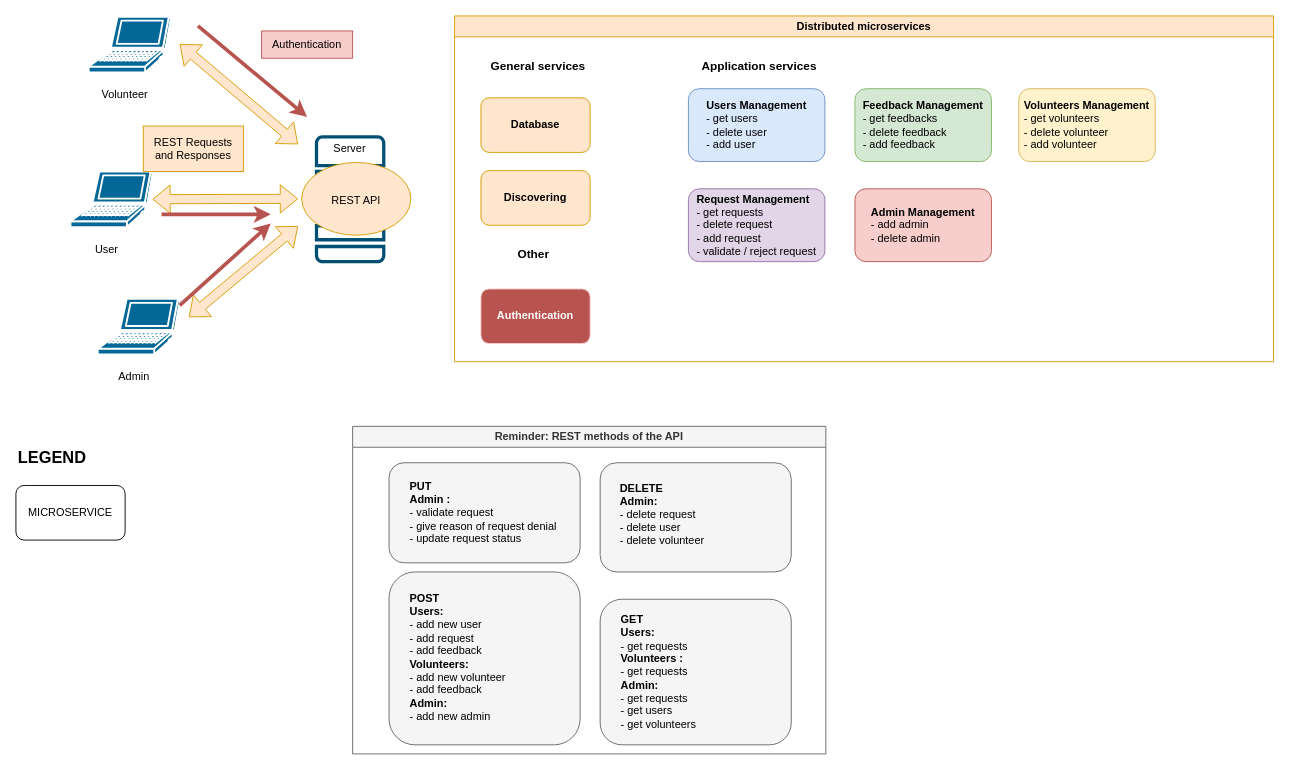
The draw.io diagram microservice-archi.drawio in RomainMln/ServiceArchitecture, before the edit. Source tidied: cells renumbered, new cells numbered last; positions are measured from the earlier drawing's top-left corner, leaving out a move shared by most shapes. Both pictures are drawn from the tidied source at 91%, with x=0, y=0 at pixel (15, 15).
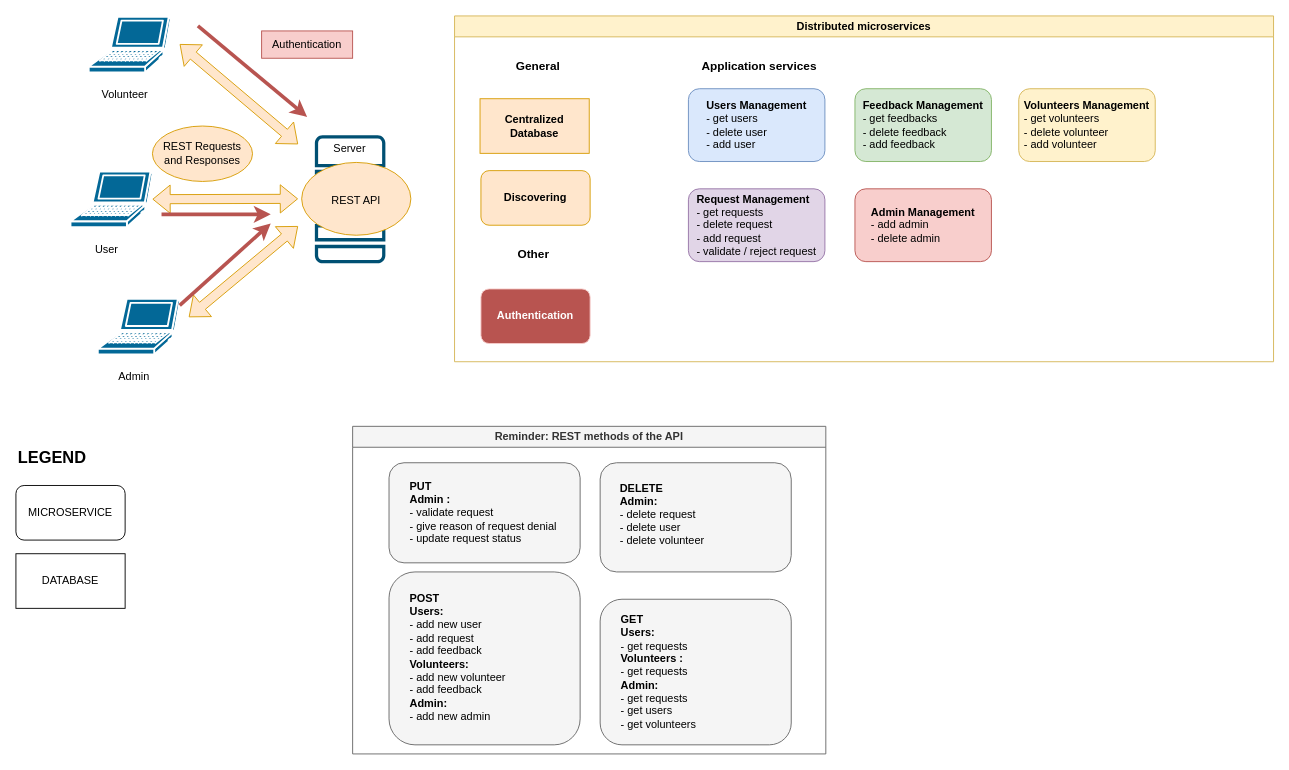
After the change.

Change to the diagram source:
```diff
@@
-    <mxCell id="17" value="REST Requests and Responses" style="text;html=1;strokeColor=#d79b00;fillColor=#ffe6cc;align=center;verticalAlign=middle;whiteSpace=wrap;rounded=0;" parent="1" vertex="1">
-      <mxGeometry x="140" y="121" width="110" height="50" as="geometry" />
-    </mxCell>
@@
-    <mxCell id="29" value="&lt;b&gt;Database&lt;/b&gt;" style="rounded=1;whiteSpace=wrap;html=1;fillColor=#ffe6cc;strokeColor=#d79b00;" parent="1" vertex="1">
-      <mxGeometry x="511" y="90" width="120" height="60" as="geometry" />
-    </mxCell>
@@
-    <mxCell id="31" value="&lt;b&gt;&lt;font style=&quot;font-size: 13px;&quot;&gt;General services&lt;/font&gt;&lt;/b&gt;" style="text;html=1;strokeColor=none;fillColor=none;align=center;verticalAlign=middle;whiteSpace=wrap;rounded=0;" parent="1" vertex="1">
+    <mxCell id="31" value="&lt;b&gt;&lt;font style=&quot;font-size: 13px;&quot;&gt;General&lt;/font&gt;&lt;/b&gt;" style="text;html=1;strokeColor=none;fillColor=none;align=center;verticalAlign=middle;whiteSpace=wrap;rounded=0;" parent="1" vertex="1">
       <mxGeometry x="519" y="40" width="110" height="30" as="geometry" />
     </mxCell>
@@
-    <mxCell id="35" value="Distributed microservices" style="swimlane;whiteSpace=wrap;html=1;fillColor=#ffe6cc;strokeColor=#d79b00;" parent="1" vertex="1">
+    <mxCell id="35" value="Distributed microservices" style="swimlane;whiteSpace=wrap;html=1;fillColor=#fff2cc;strokeColor=#d6b656;" parent="1" vertex="1">
       <mxGeometry x="482" width="900" height="380" as="geometry" />
     </mxCell>
@@
+    <mxCell id="43" value="&lt;b&gt;Centralized Database&lt;/b&gt;" style="rounded=0;whiteSpace=wrap;html=1;fillColor=#ffe6cc;strokeColor=#d79b00;" parent="1" vertex="1">
+      <mxGeometry x="510" y="91" width="120" height="60" as="geometry" />
+    </mxCell>
+    <mxCell id="17" value="REST Requests and Responses" style="ellipse;whiteSpace=wrap;html=1;fillColor=#ffe6cc;strokeColor=#d79b00;" parent="1" vertex="1">
+      <mxGeometry x="150" y="121" width="110" height="60.9" as="geometry" />
+    </mxCell>
+    <mxCell id="44" value="DATABASE" style="rounded=0;whiteSpace=wrap;html=1;" parent="1" vertex="1">
+      <mxGeometry y="591" width="120" height="60" as="geometry" />
+    </mxCell>
```
